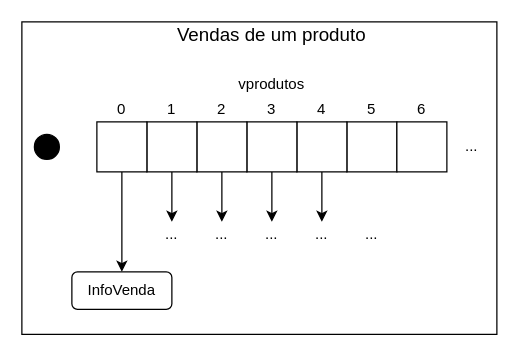
Before: projeto_java/relatorio/Vprodutos.drawio in puyol105/LI3, a draw.io diagram. Source tidied: cells renumbered, new cells numbered last; positions are measured from the earlier drawing's top-left corner, leaving out a move shared by most shapes. Both pictures are drawn from the tidied source at 125%, with x=0, y=0 at pixel (21, 21).
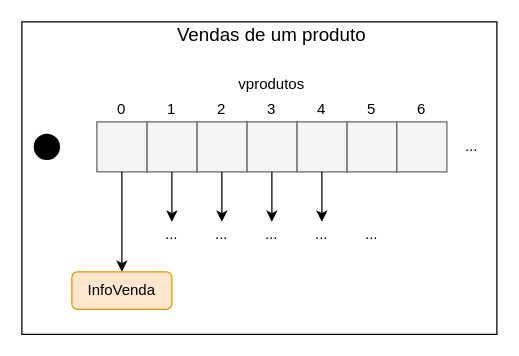
The same page after the edit.

Diff of the diagram source:
```diff
@@
-    <mxCell id="3" style="whiteSpace=wrap;html=1;" parent="1" vertex="1">
+    <mxCell id="3" style="whiteSpace=wrap;html=1;fillColor=#f5f5f5;strokeColor=#666666;fontColor=#333333;" parent="1" vertex="1">
       <mxGeometry x="260" y="80" width="40" height="40" as="geometry" />
     </mxCell>
-    <mxCell id="4" style="whiteSpace=wrap;html=1;" parent="1" vertex="1">
+    <mxCell id="4" style="whiteSpace=wrap;html=1;fillColor=#f5f5f5;strokeColor=#666666;fontColor=#333333;" parent="1" vertex="1">
       <mxGeometry x="300" y="80" width="40" height="40" as="geometry" />
     </mxCell>
@@
-    <mxCell id="8" style="whiteSpace=wrap;html=1;" parent="1" vertex="1">
+    <mxCell id="8" style="whiteSpace=wrap;html=1;fillColor=#f5f5f5;strokeColor=#666666;fontColor=#333333;" parent="1" vertex="1">
       <mxGeometry x="220" y="80" width="40" height="40" as="geometry" />
     </mxCell>
-    <mxCell id="9" style="whiteSpace=wrap;html=1;" parent="1" vertex="1">
+    <mxCell id="9" style="whiteSpace=wrap;html=1;fillColor=#f5f5f5;strokeColor=#666666;fontColor=#333333;" parent="1" vertex="1">
       <mxGeometry x="180" y="80" width="40" height="40" as="geometry" />
     </mxCell>
-    <mxCell id="10" style="whiteSpace=wrap;html=1;" parent="1" vertex="1">
+    <mxCell id="10" style="whiteSpace=wrap;html=1;fillColor=#f5f5f5;strokeColor=#666666;fontColor=#333333;" parent="1" vertex="1">
       <mxGeometry x="140" y="80" width="40" height="40" as="geometry" />
     </mxCell>
-    <mxCell id="11" style="whiteSpace=wrap;html=1;" parent="1" vertex="1">
+    <mxCell id="11" style="whiteSpace=wrap;html=1;fillColor=#f5f5f5;strokeColor=#666666;fontColor=#333333;" parent="1" vertex="1">
       <mxGeometry x="100" y="80" width="40" height="40" as="geometry" />
     </mxCell>
-    <mxCell id="12" style="whiteSpace=wrap;html=1;" parent="1" vertex="1">
+    <mxCell id="12" style="whiteSpace=wrap;html=1;fillColor=#f5f5f5;strokeColor=#666666;fontColor=#333333;" parent="1" vertex="1">
       <mxGeometry x="60" y="80" width="40" height="40" as="geometry" />
     </mxCell>
@@
-    <mxCell id="29" value="InfoVenda" style="rounded=1;whiteSpace=wrap;html=1;" parent="1" vertex="1">
+    <mxCell id="29" value="InfoVenda" style="rounded=1;whiteSpace=wrap;html=1;fillColor=#ffe6cc;strokeColor=#d79b00;" parent="1" vertex="1">
       <mxGeometry x="40" y="200" width="80" height="30" as="geometry" />
     </mxCell>
```
